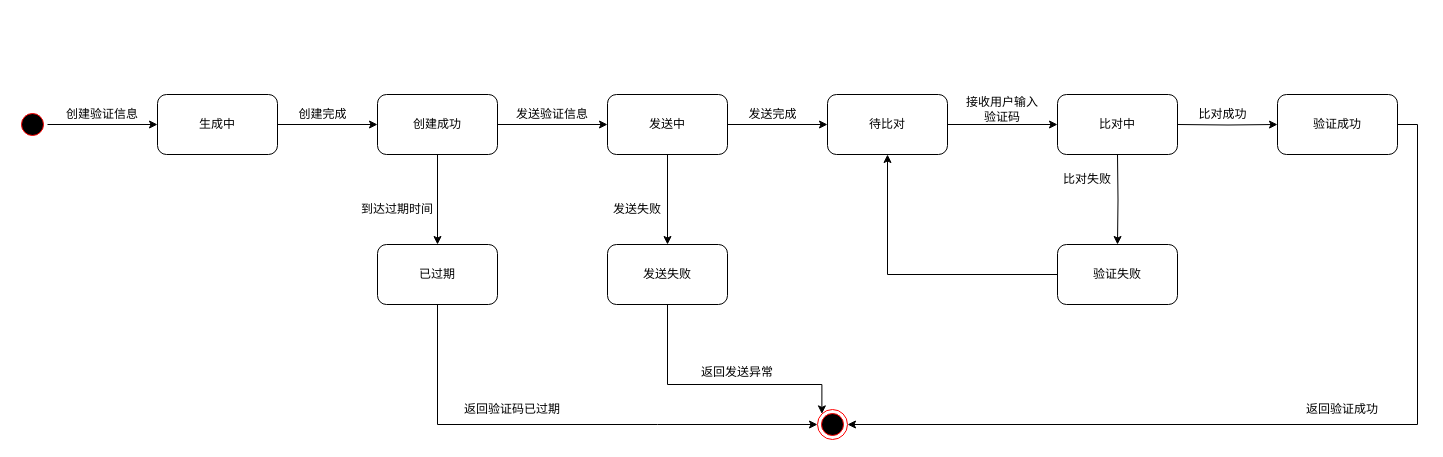
Above: Vertification状态图.drawio in PomeloLemon/SoftwareDiagrams (draw.io), before the change. Source tidied: cells renumbered, new cells numbered last; positions are measured from the earlier drawing's top-left corner, leaving out a move shared by most shapes. Both pictures are drawn from the tidied source at 100%, with x=0, y=0 at pixel (17, 94).
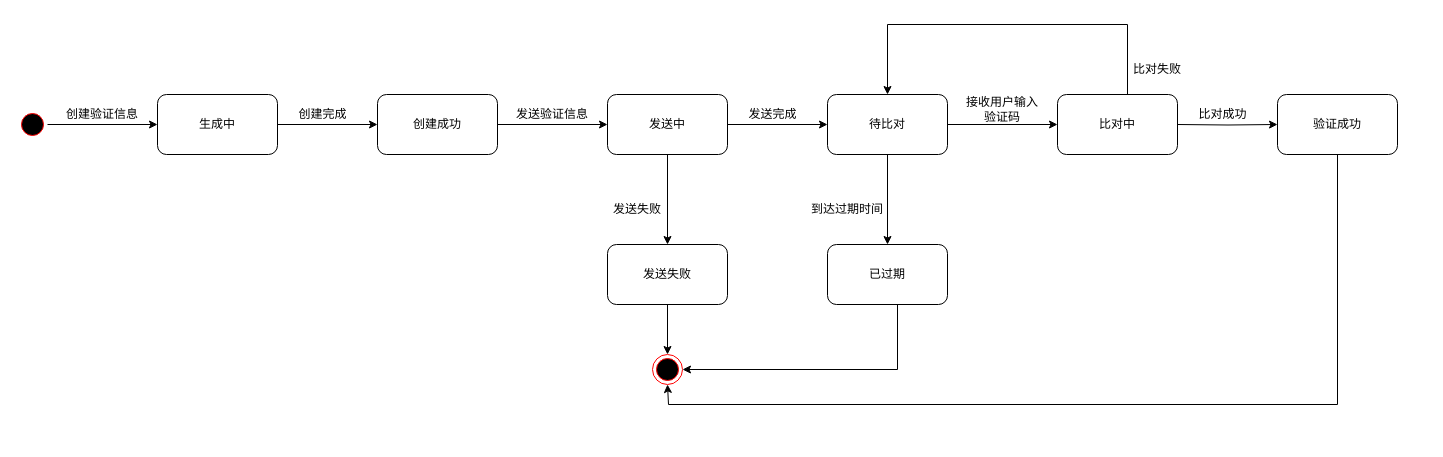
Above is the later version.

Commit message:
更新Vertification状态图.drawio

Unchanged cells that the change refers to:
```xml
<mxCell id="9" value="创建成功" style="rounded=1;whiteSpace=wrap;html=1;" parent="1" vertex="1">
  <mxGeometry x="360" width="120" height="60" as="geometry" />
</mxCell>
<mxCell id="14" value="待比对" style="rounded=1;whiteSpace=wrap;html=1;" parent="1" vertex="1">
  <mxGeometry x="810" width="120" height="60" as="geometry" />
</mxCell>
<mxCell id="19" value="比对中" style="rounded=1;whiteSpace=wrap;html=1;" parent="1" vertex="1">
  <mxGeometry x="1040" width="120" height="60" as="geometry" />
</mxCell>
<mxCell id="24" value="发送失败" style="rounded=1;whiteSpace=wrap;html=1;" parent="1" vertex="1">
  <mxGeometry x="590" y="150" width="120" height="60" as="geometry" />
</mxCell>
<mxCell id="31" value="验证成功" style="rounded=1;whiteSpace=wrap;html=1;" parent="1" vertex="1">
  <mxGeometry x="1260" width="120" height="60" as="geometry" />
</mxCell>
```

What changed in the source:
```diff
@@
-    <mxCell id="8" style="edgeStyle=orthogonalEdgeStyle;rounded=0;jettySize=auto;html=1;" parent="1" edge="1" source="9" target="21">
-      <mxGeometry relative="1" as="geometry" />
-    </mxCell>
@@
+    <mxCell id="38" style="edgeStyle=orthogonalEdgeStyle;rounded=0;jettySize=auto;html=1;" parent="1" edge="1" source="14" target="21">
+      <mxGeometry relative="1" as="geometry" />
+    </mxCell>
@@
+    <mxCell id="39" style="edgeStyle=orthogonalEdgeStyle;rounded=0;jettySize=auto;html=1;entryX=0.5;entryY=0;entryDx=0;entryDy=0;" parent="1" edge="1" source="19" target="14">
+      <mxGeometry relative="1" as="geometry">
+        <Array as="points">
+          <mxPoint x="1110" y="-70" />
+          <mxPoint x="870" y="-70" />
+        </Array>
+      </mxGeometry>
+    </mxCell>
@@
-    <mxCell id="20" style="edgeStyle=orthogonalEdgeStyle;rounded=0;jettySize=auto;html=1;entryX=0;entryY=0.5;entryDx=0;entryDy=0;" parent="1" edge="1" source="21" target="26">
-      <mxGeometry relative="1" as="geometry">
-        <Array as="points">
-          <mxPoint x="420" y="330" />
-          <mxPoint x="640" y="330" />
-        </Array>
-      </mxGeometry>
-    </mxCell>
-    <mxCell id="21" value="已过期" style="rounded=1;whiteSpace=wrap;html=1;" parent="1" vertex="1">
-      <mxGeometry x="360" y="150" width="120" height="60" as="geometry" />
-    </mxCell>
-    <mxCell id="22" value="到达过期时间" style="text;html=1;strokeColor=none;fillColor=none;align=center;verticalAlign=middle;whiteSpace=wrap;rounded=0;" parent="1" vertex="1">
-      <mxGeometry x="340" y="100" width="80" height="30" as="geometry" />
-    </mxCell>
-    <mxCell id="23" style="edgeStyle=orthogonalEdgeStyle;rounded=0;jettySize=auto;html=1;entryX=0;entryY=0;entryDx=0;entryDy=0;" parent="1" edge="1" source="24" target="26">
-      <mxGeometry relative="1" as="geometry">
-        <Array as="points">
-          <mxPoint x="650" y="290" />
-          <mxPoint x="804" y="290" />
-        </Array>
-      </mxGeometry>
+    <mxCell id="23" style="edgeStyle=orthogonalEdgeStyle;rounded=0;jettySize=auto;html=1;" parent="1" edge="1" source="24" target="26">
+      <mxGeometry relative="1" as="geometry" />
     </mxCell>
@@
     <mxCell id="26" style="ellipse;html=1;shape=endState;fillColor=#000000;strokeColor=#ff0000;" parent="1" vertex="1">
-      <mxGeometry x="800" y="315" width="30" height="30" as="geometry" />
+      <mxGeometry x="635" y="260" width="30" height="30" as="geometry" />
     </mxCell>
-    <mxCell id="27" value="返回验证码已过期" style="text;html=1;strokeColor=none;fillColor=none;align=center;verticalAlign=middle;whiteSpace=wrap;rounded=0;" parent="1" vertex="1">
-      <mxGeometry x="430" y="300" width="130" height="30" as="geometry" />
-    </mxCell>
-    <mxCell id="28" value="返回发送异常" style="text;html=1;strokeColor=none;fillColor=none;align=center;verticalAlign=middle;whiteSpace=wrap;rounded=0;" parent="1" vertex="1">
-      <mxGeometry x="670" y="263" width="100" height="30" as="geometry" />
-    </mxCell>
@@
-    <mxCell id="30" style="edgeStyle=orthogonalEdgeStyle;rounded=0;jettySize=auto;html=1;entryX=1;entryY=0.5;entryDx=0;entryDy=0;" parent="1" edge="1" source="31" target="26">
+    <mxCell id="30" style="edgeStyle=orthogonalEdgeStyle;rounded=0;jettySize=auto;html=1;entryX=0.5;entryY=1;entryDx=0;entryDy=0;" parent="1" edge="1" source="31" target="26">
       <mxGeometry relative="1" as="geometry">
         <Array as="points">
-          <mxPoint x="1400" y="30" />
-          <mxPoint x="1400" y="330" />
+          <mxPoint x="1320" y="310" />
+          <mxPoint x="651" y="310" />
+          <mxPoint x="651" y="290" />
         </Array>
       </mxGeometry>
     </mxCell>
@@
-    <mxCell id="33" value="返回验证成功" style="text;html=1;strokeColor=none;fillColor=none;align=center;verticalAlign=middle;whiteSpace=wrap;rounded=0;" parent="1" vertex="1">
-      <mxGeometry x="1250" y="300" width="150" height="30" as="geometry" />
-    </mxCell>
-    <mxCell id="34" style="edgeStyle=orthogonalEdgeStyle;rounded=0;jettySize=auto;html=1;entryX=0.5;entryY=0;entryDx=0;entryDy=0;" parent="1" edge="1" target="36">
-      <mxGeometry relative="1" as="geometry">
-        <mxPoint x="1100" y="60" as="sourcePoint" />
-      </mxGeometry>
-    </mxCell>
-    <mxCell id="35" style="edgeStyle=orthogonalEdgeStyle;rounded=0;jettySize=auto;html=1;entryX=0.5;entryY=1;entryDx=0;entryDy=0;" parent="1" edge="1" source="36" target="14">
-      <mxGeometry relative="1" as="geometry" />
-    </mxCell>
-    <mxCell id="36" value="验证失败" style="rounded=1;whiteSpace=wrap;html=1;" parent="1" vertex="1">
-      <mxGeometry x="1040" y="150" width="120" height="60" as="geometry" />
-    </mxCell>
     <mxCell id="37" value="比对失败" style="text;html=1;strokeColor=none;fillColor=none;align=center;verticalAlign=middle;whiteSpace=wrap;rounded=0;" parent="1" vertex="1">
-      <mxGeometry x="1040" y="70" width="60" height="30" as="geometry" />
+      <mxGeometry x="1110" y="-40" width="60" height="30" as="geometry" />
     </mxCell>
+    <mxCell id="22" value="到达过期时间" style="text;html=1;strokeColor=none;fillColor=none;align=center;verticalAlign=middle;whiteSpace=wrap;rounded=0;" parent="1" vertex="1">
+      <mxGeometry x="790" y="100" width="80" height="30" as="geometry" />
+    </mxCell>
+    <mxCell id="20" style="edgeStyle=orthogonalEdgeStyle;rounded=0;jettySize=auto;html=1;entryX=1;entryY=0.5;entryDx=0;entryDy=0;" parent="1" edge="1" source="21" target="26">
+      <mxGeometry relative="1" as="geometry">
+        <Array as="points">
+          <mxPoint x="880" y="275" />
+        </Array>
+      </mxGeometry>
+    </mxCell>
+    <mxCell id="21" value="已过期" style="rounded=1;whiteSpace=wrap;html=1;" parent="1" vertex="1">
+      <mxGeometry x="810" y="150" width="120" height="60" as="geometry" />
+    </mxCell>
```
